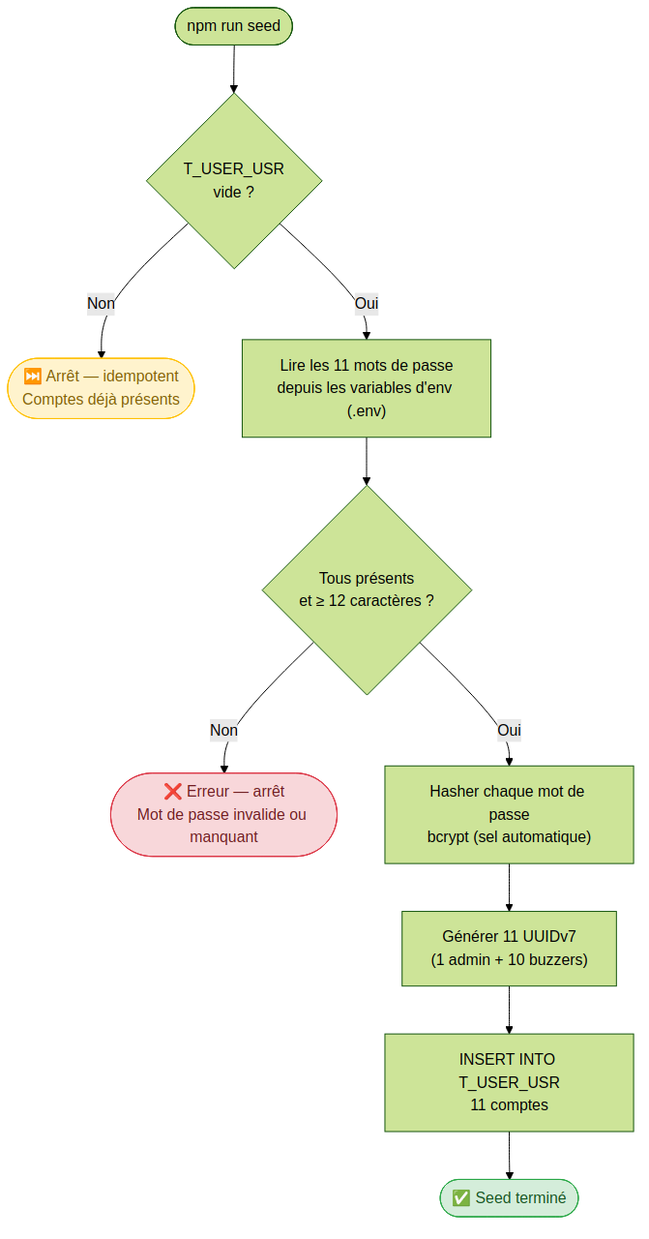
This is docs/specs/diagrams/US-002-seed-users.png from ODehel/quiz-live-server, a Mermaid export, as it was before one commit. Its source is kept beside it as docs/specs/diagrams/US-002-seed-users.mmd. Source of this version:
```mermaid
%%{init: {"theme": "forest", "flowchart": {"curve": "basis"}}}%%
flowchart TD
    START(["npm run seed"]) --> CHECK{"T_USER_USR\nvide ?"}
    CHECK -->|"Non"| SKIP(["⏭️ Arrêt — idempotent\nComptes déjà présents"])
    CHECK -->|"Oui"| LOAD["Lire les 11 mots de passe\ndepuis les variables d'env (.env)"]
    LOAD --> PWD{"Tous présents\net ≥ 12 caractères ?"}
    PWD -->|"Non"| ERR(["❌ Erreur — arrêt\nMot de passe invalide ou manquant"])
    PWD -->|"Oui"| HASH["Hasher chaque mot de passe\nbcrypt (sel automatique)"]
    HASH --> UUID["Générer 11 UUIDv7\n(1 admin + 10 buzzers)"]
    UUID --> INSERT["INSERT INTO T_USER_USR\n11 comptes"]
    INSERT --> DONE(["✅ Seed terminé"])

    classDef success fill:#d4edda,stroke:#28a745,color:#155724
    classDef error fill:#f8d7da,stroke:#dc3545,color:#721c24
    classDef warning fill:#fff3cd,stroke:#ffc107,color:#856404
    class DONE success
    class ERR error
    class SKIP warning
```
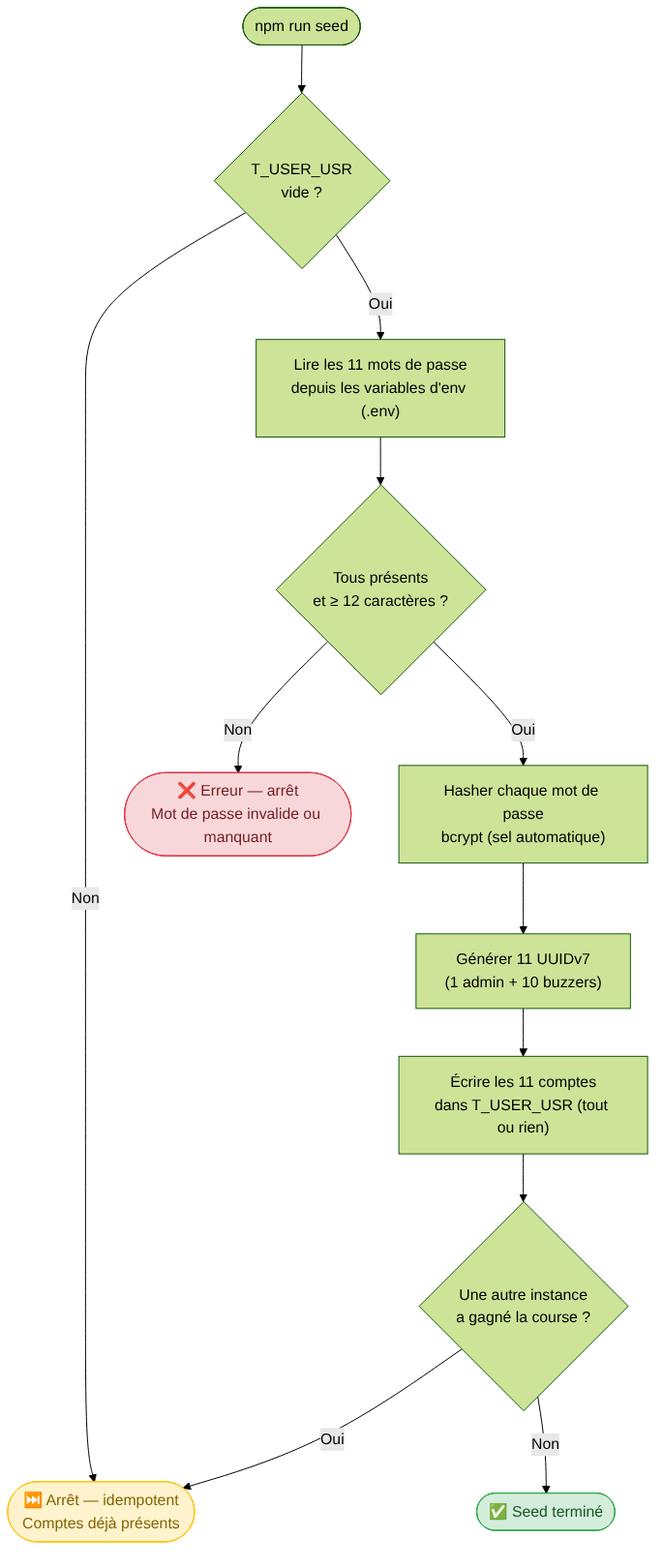
After the change.

Commit message:
docs(specs): settle what the seed returns when a concurrent seed run wins the race (#173)

Diff of the diagram source:
```diff
@@ -7,8 +7,10 @@
     PWD -->|"Non"| ERR(["❌ Erreur — arrêt\nMot de passe invalide ou manquant"])
     PWD -->|"Oui"| HASH["Hasher chaque mot de passe\nbcrypt (sel automatique)"]
     HASH --> UUID["Générer 11 UUIDv7\n(1 admin + 10 buzzers)"]
-    UUID --> INSERT["INSERT INTO T_USER_USR\n11 comptes"]
-    INSERT --> DONE(["✅ Seed terminé"])
+    UUID --> INSERT["Écrire les 11 comptes\ndans T_USER_USR (tout ou rien)"]
+    INSERT --> RACE{"Une autre instance\na gagné la course ?"}
+    RACE -->|"Oui"| SKIP
+    RACE -->|"Non"| DONE(["✅ Seed terminé"])
 
     classDef success fill:#d4edda,stroke:#28a745,color:#155724
     classDef error fill:#f8d7da,stroke:#dc3545,color:#721c24
```
